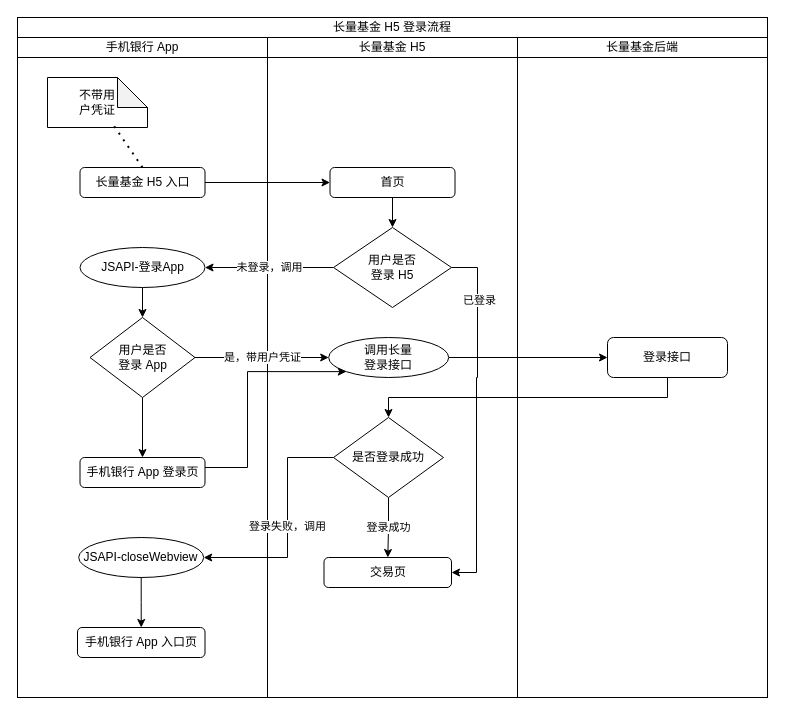
The draw.io diagram zeus-login.drawio in xhavit-app/draw.io, before the edit. Source tidied: cells renumbered, new cells numbered last; positions are measured from the earlier drawing's top-left corner, leaving out a move shared by most shapes. Both pictures are drawn from the tidied source at 100%, with x=0, y=0 at pixel (17, 17).
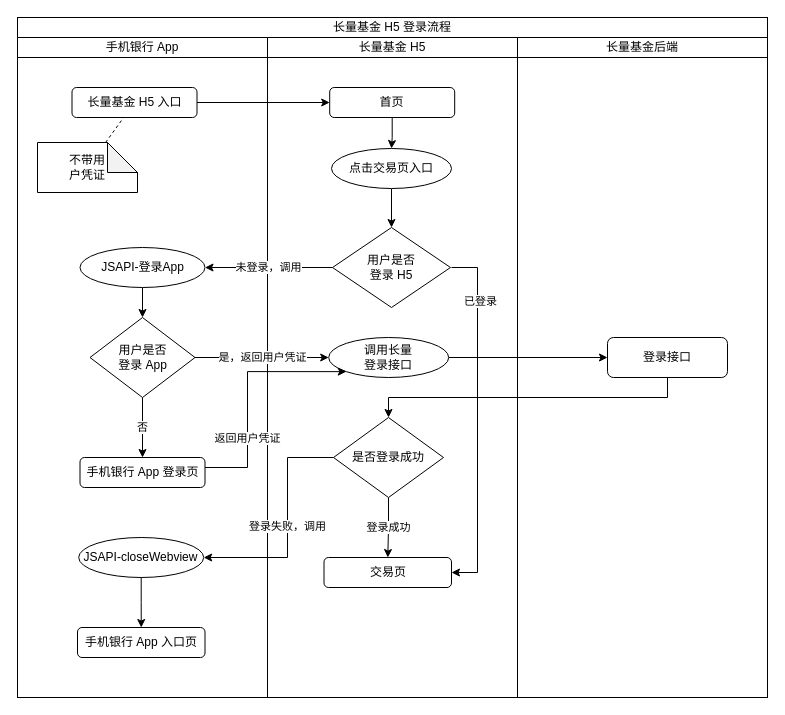
After the change.

The change refers to these unchanged cells:
```xml
<mxCell id="16" value="交易页" style="rounded=1;whiteSpace=wrap;html=1;" parent="1" vertex="1">
  <mxGeometry x="306.5" y="540" width="127.5" height="30" as="geometry" />
</mxCell>
<mxCell id="21" value="用户是否&lt;br&gt;登录 App" style="rhombus;whiteSpace=wrap;html=1;" parent="1" vertex="1">
  <mxGeometry x="72.5" y="300" width="105" height="80" as="geometry" />
</mxCell>
<mxCell id="28" value="调用长量&lt;br&gt;登录接口" style="ellipse;whiteSpace=wrap;html=1;" parent="1" vertex="1">
  <mxGeometry x="311.2" y="320" width="120" height="40" as="geometry" />
</mxCell>
<mxCell id="32" value="手机银行 App 登录页" style="rounded=1;whiteSpace=wrap;html=1;" parent="1" vertex="1">
  <mxGeometry x="62.5" y="440" width="125" height="30" as="geometry" />
</mxCell>
```

The edit, as a diff of the source:
```diff
@@
     <mxCell id="11" value="长量基金 H5 入口" style="rounded=1;whiteSpace=wrap;html=1;" parent="1" vertex="1">
-      <mxGeometry x="62.5" y="150" width="125" height="30" as="geometry" />
+      <mxGeometry x="54.5" y="70" width="125" height="30" as="geometry" />
     </mxCell>
     <mxCell id="12" value="不带用&lt;br&gt;户凭证" style="shape=note;whiteSpace=wrap;html=1;backgroundOutline=1;darkOpacity=0.05;" parent="1" vertex="1">
-      <mxGeometry x="30" y="60" width="100" height="50" as="geometry" />
+      <mxGeometry x="20" y="125" width="100" height="50" as="geometry" />
     </mxCell>
-    <mxCell id="13" style="endArrow=none;dashed=1;html=1;dashPattern=1 3;strokeWidth=2;rounded=0;entryX=0.665;entryY=0.968;entryDx=0;entryDy=0;entryPerimeter=0;exitX=0.5;exitY=0;exitDx=0;exitDy=0;" parent="1" edge="1" source="11" target="12">
-      <mxGeometry relative="1" as="geometry" />
-    </mxCell>
-    <mxCell id="14" style="edgeStyle=orthogonalEdgeStyle;rounded=0;jettySize=auto;html=1;" parent="1" edge="1" source="15" target="26">
-      <mxGeometry relative="1" as="geometry" />
-    </mxCell>
+    <mxCell id="39" style="edgeStyle=orthogonalEdgeStyle;rounded=0;jettySize=auto;html=1;" parent="1" edge="1" source="15" target="41">
+      <mxGeometry relative="1" as="geometry" />
+    </mxCell>
     <mxCell id="15" value="首页" style="rounded=1;whiteSpace=wrap;html=1;" parent="1" vertex="1">
-      <mxGeometry x="312.5" y="150" width="125" height="30" as="geometry" />
+      <mxGeometry x="312.2" y="70" width="125" height="30" as="geometry" />
     </mxCell>
@@
-    <mxCell id="19" value="是，带用户凭证" style="edgeStyle=orthogonalEdgeStyle;rounded=0;jettySize=auto;html=1;" parent="1" edge="1" source="21" target="28">
+    <mxCell id="19" value="是，返回用户凭证" style="edgeStyle=orthogonalEdgeStyle;rounded=0;jettySize=auto;html=1;" parent="1" edge="1" source="21" target="28">
       <mxGeometry relative="1" as="geometry" />
     </mxCell>
-    <mxCell id="20" style="edgeStyle=orthogonalEdgeStyle;rounded=0;jettySize=auto;html=1;entryX=0.5;entryY=0;entryDx=0;entryDy=0;" parent="1" edge="1" source="21" target="32">
+    <mxCell id="20" value="否" style="edgeStyle=orthogonalEdgeStyle;rounded=0;jettySize=auto;html=1;entryX=0.5;entryY=0;entryDx=0;entryDy=0;" parent="1" edge="1" source="21" target="32">
       <mxGeometry relative="1" as="geometry" />
     </mxCell>
@@
-    <mxCell id="23" style="edgeStyle=orthogonalEdgeStyle;jettySize=auto;html=1;entryX=1;entryY=0.5;entryDx=0;entryDy=0;rounded=0;" parent="1" edge="1" source="26" target="16">
+    <mxCell id="23" style="edgeStyle=orthogonalEdgeStyle;orthogonalLoop=1;jettySize=auto;html=1;entryX=1;entryY=0.5;entryDx=0;entryDy=0;rounded=0;" parent="1" edge="1">
       <mxGeometry relative="1" as="geometry">
+        <mxPoint x="434" y="250" as="sourcePoint" />
+        <mxPoint x="434" y="555" as="targetPoint" />
         <Array as="points">
           <mxPoint x="460" y="250" />
-          <mxPoint x="460" y="360" />
-          <mxPoint x="459" y="445" />
+          <mxPoint x="460" y="555" />
         </Array>
       </mxGeometry>
     </mxCell>
@@
     <mxCell id="26" value="用户是否&lt;br&gt;登录 H5" style="rhombus;whiteSpace=wrap;html=1;" parent="1" vertex="1">
-      <mxGeometry x="316" y="210" width="118" height="80" as="geometry" />
+      <mxGeometry x="315" y="210" width="118" height="80" as="geometry" />
     </mxCell>
@@
-    <mxCell id="31" style="edgeStyle=orthogonalEdgeStyle;rounded=0;jettySize=auto;html=1;entryX=0;entryY=1;entryDx=0;entryDy=0;" parent="1" edge="1" source="32" target="28">
-      <mxGeometry relative="1" as="geometry">
+    <mxCell id="31" value="返回用户凭证" style="edgeStyle=orthogonalEdgeStyle;rounded=0;jettySize=auto;html=1;entryX=0;entryY=1;entryDx=0;entryDy=0;" parent="1" edge="1" source="32" target="28">
+      <mxGeometry x="-0.39" relative="1" as="geometry">
         <Array as="points">
           <mxPoint x="230" y="450" />
           <mxPoint x="230" y="354" />
         </Array>
       </mxGeometry>
     </mxCell>
@@
+    <mxCell id="40" style="edgeStyle=orthogonalEdgeStyle;rounded=0;jettySize=auto;html=1;" parent="1" edge="1" source="41" target="26">
+      <mxGeometry relative="1" as="geometry" />
+    </mxCell>
+    <mxCell id="41" value="点击交易页入口" style="ellipse;whiteSpace=wrap;html=1;" parent="1" vertex="1">
+      <mxGeometry x="314" y="131" width="120" height="40" as="geometry" />
+    </mxCell>
+    <mxCell id="42" style="endArrow=none;dashed=1;html=1;rounded=0;" parent="1" edge="1" source="12" target="11">
+      <mxGeometry relative="1" as="geometry" />
+    </mxCell>
```
